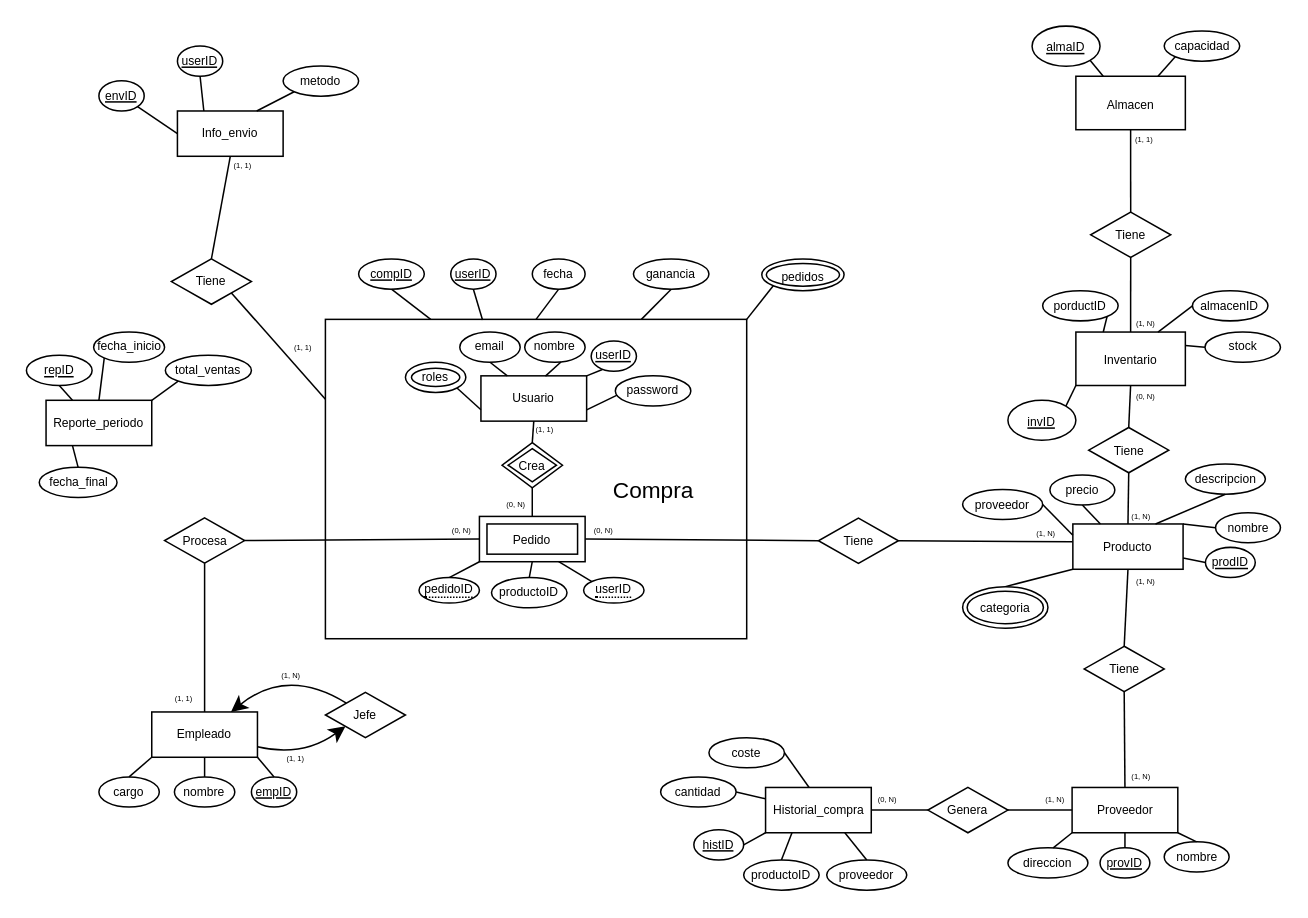
Above: Diagrama sin título.drawio in SergioMir018/Inventario-FE (draw.io), before the change. Source tidied: cells renumbered, new cells numbered last; positions are measured from the earlier drawing's top-left corner, leaving out a move shared by most shapes. Both pictures are drawn from the tidied source at 151%, with x=0, y=0 at pixel (26, 26).
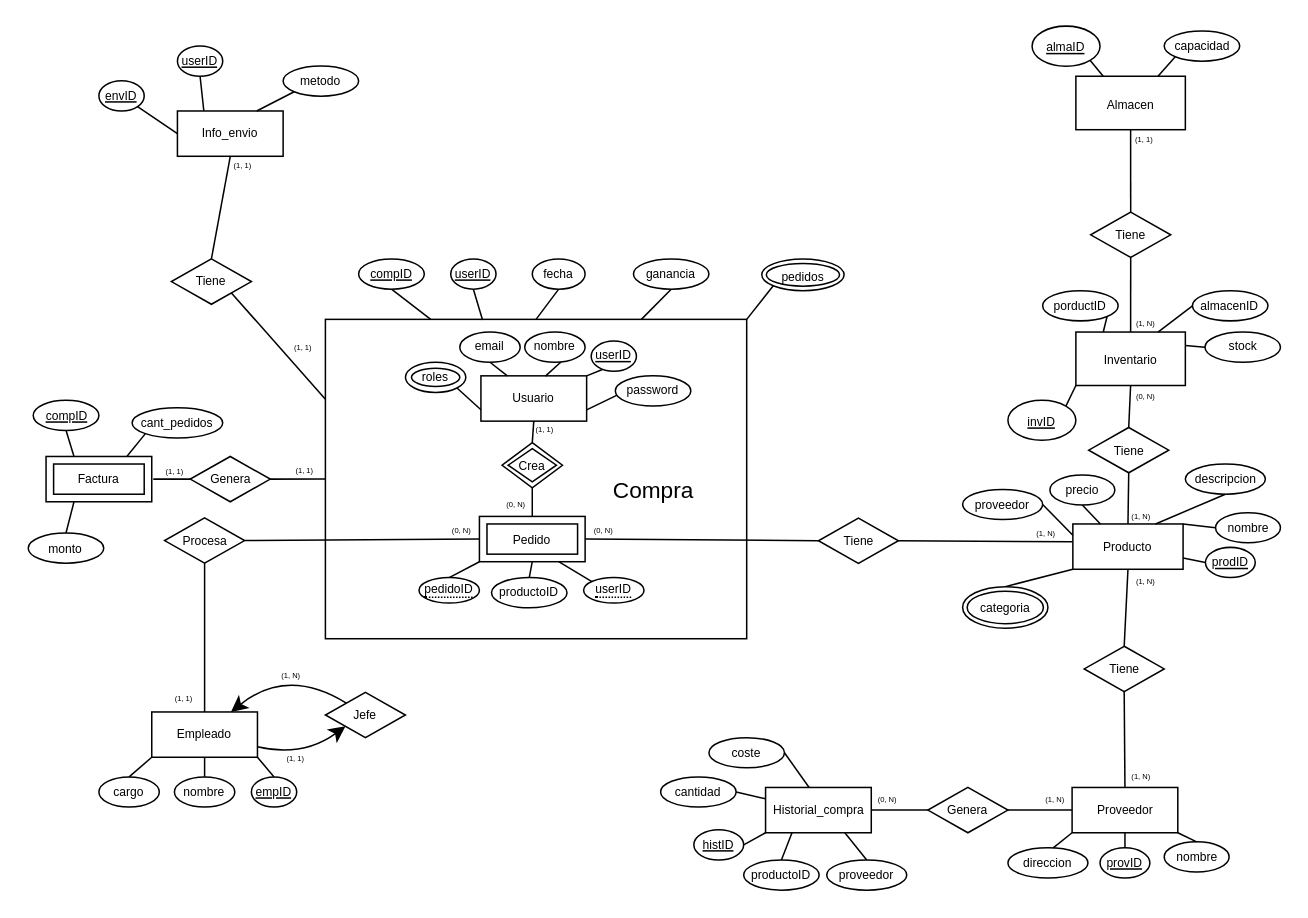
The same page after the edit.

The change refers to these unchanged cells:
```xml
<mxCell id="2" style="whiteSpace=wrap;html=1;align=center;fontSize=21;shadow=0;" parent="1" vertex="1">
  <mxGeometry x="198" y="194" width="279" height="211.5" as="geometry" />
</mxCell>
```

The edit, as a diff of the source:
```diff
@@
-    <mxCell id="123" value="Reporte_periodo" style="rounded=0;whiteSpace=wrap;html=1;fontSize=8;labelBackgroundColor=none;shadow=0;" parent="1" vertex="1">
-      <mxGeometry x="13" y="247.6" width="70" height="30" as="geometry" />
-    </mxCell>
-    <mxCell id="124" value="&lt;u style=&quot;font-size: 8px;&quot;&gt;repID&lt;/u&gt;" style="ellipse;whiteSpace=wrap;html=1;rounded=0;labelBackgroundColor=none;fontSize=8;shadow=0;" parent="1" vertex="1">
-      <mxGeometry y="217.8" width="43.5" height="20" as="geometry" />
-    </mxCell>
-    <mxCell id="125" value="fecha_inicio" style="ellipse;whiteSpace=wrap;html=1;align=center;fontSize=8;shadow=0;" parent="1" vertex="1">
-      <mxGeometry x="44.5" y="202.4" width="47" height="20" as="geometry" />
-    </mxCell>
-    <mxCell id="126" value="fecha_final" style="ellipse;whiteSpace=wrap;html=1;align=center;fontSize=8;shadow=0;" parent="1" vertex="1">
-      <mxGeometry x="8.5" y="292" width="51.5" height="20" as="geometry" />
-    </mxCell>
-    <mxCell id="127" value="total_ventas" style="ellipse;whiteSpace=wrap;html=1;align=center;fontSize=8;shadow=0;" parent="1" vertex="1">
-      <mxGeometry x="92" y="217.8" width="57" height="20" as="geometry" />
-    </mxCell>
-    <mxCell id="128" style="endArrow=none;html=1;rounded=0;fontSize=12;startSize=8;endSize=8;curved=1;entryX=0.5;entryY=1;entryDx=0;entryDy=0;exitX=0.25;exitY=0;exitDx=0;exitDy=0;" parent="1" edge="1" source="123" target="124">
-      <mxGeometry relative="1" as="geometry" />
-    </mxCell>
-    <mxCell id="129" style="endArrow=none;html=1;rounded=0;fontSize=12;startSize=8;endSize=8;curved=1;entryX=0;entryY=1;entryDx=0;entryDy=0;exitX=0.5;exitY=0;exitDx=0;exitDy=0;" parent="1" edge="1" source="123" target="125">
-      <mxGeometry relative="1" as="geometry" />
-    </mxCell>
-    <mxCell id="130" style="endArrow=none;html=1;rounded=0;fontSize=12;startSize=8;endSize=8;curved=1;entryX=0;entryY=1;entryDx=0;entryDy=0;exitX=1;exitY=0;exitDx=0;exitDy=0;" parent="1" edge="1" source="123" target="127">
-      <mxGeometry relative="1" as="geometry" />
-    </mxCell>
-    <mxCell id="131" style="endArrow=none;html=1;rounded=0;fontSize=12;startSize=8;endSize=8;curved=1;entryX=0.5;entryY=0;entryDx=0;entryDy=0;exitX=0.25;exitY=1;exitDx=0;exitDy=0;" parent="1" edge="1" source="123" target="126">
-      <mxGeometry relative="1" as="geometry" />
-    </mxCell>
@@
+    <mxCell id="146" value="Genera" style="shape=rhombus;perimeter=rhombusPerimeter;whiteSpace=wrap;html=1;align=center;fontSize=8;shadow=0;" parent="1" vertex="1">
+      <mxGeometry x="108.5" y="284.8" width="53" height="30" as="geometry" />
+    </mxCell>
+    <mxCell id="147" style="endArrow=none;html=1;rounded=0;fontSize=12;startSize=8;endSize=8;curved=1;entryX=1;entryY=0.5;entryDx=0;entryDy=0;exitX=0;exitY=0.5;exitDx=0;exitDy=0;" parent="1" edge="1" source="2" target="146">
+      <mxGeometry relative="1" as="geometry" />
+    </mxCell>
+    <mxCell id="148" style="endArrow=none;html=1;rounded=0;fontSize=12;startSize=8;endSize=8;curved=1;entryX=1;entryY=0.5;entryDx=0;entryDy=0;exitX=0;exitY=0.5;exitDx=0;exitDy=0;" parent="1" edge="1" source="146">
+      <mxGeometry relative="1" as="geometry">
+        <mxPoint x="84" y="299.8" as="targetPoint" />
+      </mxGeometry>
+    </mxCell>
+    <mxCell id="149" value="&lt;u style=&quot;font-size: 8px;&quot;&gt;compID&lt;/u&gt;" style="ellipse;whiteSpace=wrap;html=1;rounded=0;labelBackgroundColor=none;fontSize=8;shadow=0;" parent="1" vertex="1">
+      <mxGeometry x="4.5" y="247.6" width="43.5" height="20" as="geometry" />
+    </mxCell>
+    <mxCell id="150" value="monto" style="ellipse;whiteSpace=wrap;html=1;rounded=0;labelBackgroundColor=none;fontSize=8;shadow=0;" parent="1" vertex="1">
+      <mxGeometry x="1.2" y="335.5" width="50" height="20" as="geometry" />
+    </mxCell>
+    <mxCell id="151" value="cant_pedidos" style="ellipse;whiteSpace=wrap;html=1;rounded=0;labelBackgroundColor=none;fontSize=8;shadow=0;" parent="1" vertex="1">
+      <mxGeometry x="70" y="252.6" width="60" height="20" as="geometry" />
+    </mxCell>
+    <mxCell id="152" style="endArrow=none;html=1;rounded=0;fontSize=12;startSize=8;endSize=8;curved=1;entryX=0;entryY=1;entryDx=0;entryDy=0;exitX=0.75;exitY=0;exitDx=0;exitDy=0;" parent="1" edge="1" target="151">
+      <mxGeometry relative="1" as="geometry">
+        <mxPoint x="66.5" y="284.8" as="sourcePoint" />
+      </mxGeometry>
+    </mxCell>
+    <mxCell id="153" style="endArrow=none;html=1;rounded=0;fontSize=12;startSize=8;endSize=8;curved=1;entryX=0.5;entryY=0;entryDx=0;entryDy=0;exitX=0.25;exitY=1;exitDx=0;exitDy=0;" parent="1" edge="1" target="150">
+      <mxGeometry relative="1" as="geometry">
+        <mxPoint x="31.5" y="314.8" as="sourcePoint" />
+      </mxGeometry>
+    </mxCell>
+    <mxCell id="154" style="endArrow=none;html=1;rounded=0;fontSize=12;startSize=8;endSize=8;curved=1;entryX=0.5;entryY=1;entryDx=0;entryDy=0;exitX=0.25;exitY=0;exitDx=0;exitDy=0;" parent="1" edge="1" target="149">
+      <mxGeometry relative="1" as="geometry">
+        <mxPoint x="31.5" y="284.8" as="sourcePoint" />
+      </mxGeometry>
+    </mxCell>
+    <mxCell id="155" value="&lt;span style=&quot;font-size: 5px;&quot;&gt;(1, 1)&lt;/span&gt;" style="text;html=1;align=center;verticalAlign=middle;strokeColor=none;fillColor=none;fontSize=16;shadow=0;" parent="1" vertex="1">
+      <mxGeometry x="78" y="275.6" width="40" height="30" as="geometry" />
+    </mxCell>
+    <mxCell id="156" value="&lt;span style=&quot;font-size: 5px;&quot;&gt;(1, 1)&lt;/span&gt;" style="text;html=1;align=center;verticalAlign=middle;strokeColor=none;fillColor=none;fontSize=16;shadow=0;" parent="1" vertex="1">
+      <mxGeometry x="164" y="274.6" width="40" height="30" as="geometry" />
+    </mxCell>
+    <mxCell id="157" value="Factura" style="shape=ext;margin=3;double=1;whiteSpace=wrap;html=1;align=center;fontSize=8;shadow=0;" parent="1" vertex="1">
+      <mxGeometry x="13" y="284.8" width="70" height="30" as="geometry" />
+    </mxCell>
```
